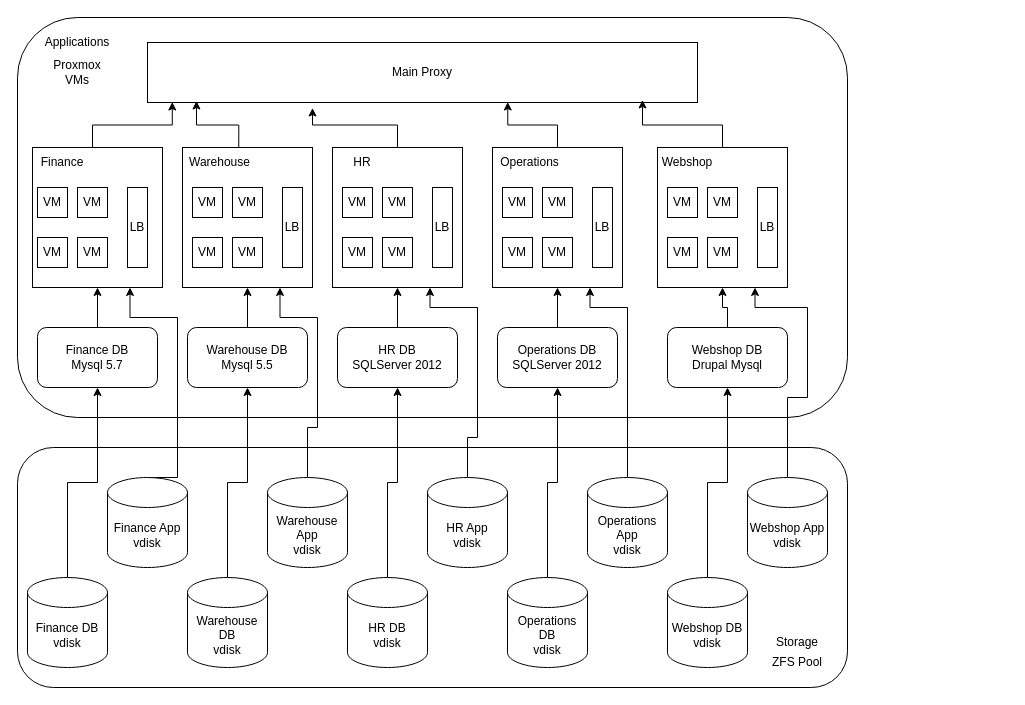
Helly2010/Cloud-Computing-Project keeps this draw.io diagram as page "Page-1" (1 of 2) of final_report/diagrams/architecture.drawio. Above is the earlier version. Source tidied: cells renumbered, new cells numbered last; positions are measured from the earlier drawing's top-left corner, leaving out a move shared by most shapes. Both pictures are drawn from the tidied source at 100%, with x=0, y=0 at pixel (17, 17).
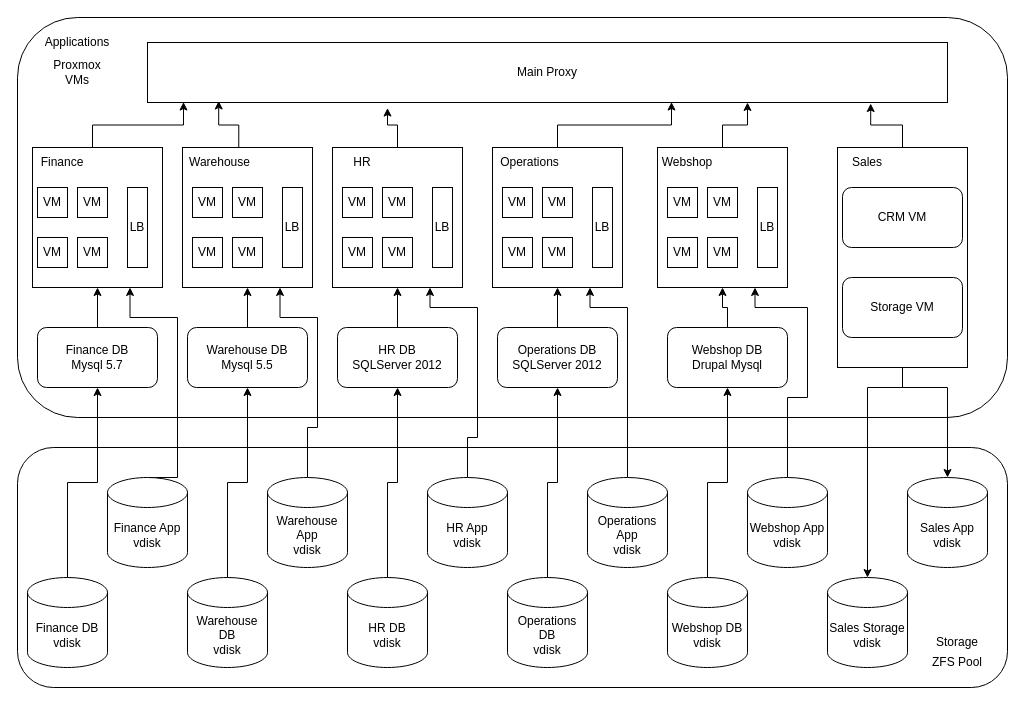
Above is the later version.

Commit message (it also covers changes not shown here):
Add final remarks and update diagram

Unchanged cells that the change refers to:
```xml
<mxCell id="42" style="rounded=0;whiteSpace=wrap;html=1;" parent="1" vertex="1">
  <mxGeometry x="640" y="130" width="130" height="140" as="geometry" />
</mxCell>
```

Diff of the diagram source:
```diff
@@
     <mxCell id="2" style="rounded=1;whiteSpace=wrap;html=1;" parent="1" vertex="1">
-      <mxGeometry y="430" width="830" height="240" as="geometry" />
+      <mxGeometry y="430" width="990" height="240" as="geometry" />
     </mxCell>
     <mxCell id="3" style="rounded=1;whiteSpace=wrap;html=1;" parent="1" vertex="1">
-      <mxGeometry width="830" height="400" as="geometry" />
+      <mxGeometry width="990" height="400" as="geometry" />
     </mxCell>
     <mxCell id="4" value="Storage" style="text;html=1;align=center;verticalAlign=middle;whiteSpace=wrap;rounded=0;" parent="1" vertex="1">
-      <mxGeometry x="750" y="610" width="60" height="30" as="geometry" />
+      <mxGeometry x="910" y="610" width="60" height="30" as="geometry" />
     </mxCell>
     <mxCell id="5" value="ZFS Pool" style="text;html=1;align=center;verticalAlign=middle;whiteSpace=wrap;rounded=0;" parent="1" vertex="1">
-      <mxGeometry x="750" y="630" width="60" height="30" as="geometry" />
+      <mxGeometry x="910" y="630" width="60" height="30" as="geometry" />
     </mxCell>
@@
     <mxCell id="43" value="Main Proxy" style="rounded=0;whiteSpace=wrap;html=1;" parent="1" vertex="1">
-      <mxGeometry x="130" y="25" width="550" height="60" as="geometry" />
+      <mxGeometry x="130" y="25" width="800" height="60" as="geometry" />
     </mxCell>
@@
-    <mxCell id="53" style="edgeStyle=orthogonalEdgeStyle;rounded=0;jettySize=auto;html=1;entryX=0.9;entryY=0.958;entryDx=0;entryDy=0;entryPerimeter=0;" parent="1" edge="1" source="42" target="43">
+    <mxCell id="53" style="edgeStyle=orthogonalEdgeStyle;rounded=0;jettySize=auto;html=1;entryX=0.75;entryY=1;entryDx=0;entryDy=0;" parent="1" edge="1" source="42" target="43">
       <mxGeometry relative="1" as="geometry" />
     </mxCell>
@@
+    <mxCell id="79" value="Sales Storage vdisk" style="shape=cylinder3;whiteSpace=wrap;html=1;boundedLbl=1;backgroundOutline=1;size=15;" parent="1" vertex="1">
+      <mxGeometry x="810" y="560" width="80" height="90" as="geometry" />
+    </mxCell>
+    <mxCell id="80" value="Sales App vdisk" style="shape=cylinder3;whiteSpace=wrap;html=1;boundedLbl=1;backgroundOutline=1;size=15;" parent="1" vertex="1">
+      <mxGeometry x="890" y="460" width="80" height="90" as="geometry" />
+    </mxCell>
+    <mxCell id="81" style="edgeStyle=orthogonalEdgeStyle;rounded=0;jettySize=auto;html=1;" parent="1" edge="1" source="83" target="79">
+      <mxGeometry relative="1" as="geometry">
+        <Array as="points">
+          <mxPoint x="885" y="370" />
+          <mxPoint x="850" y="370" />
+        </Array>
+      </mxGeometry>
+    </mxCell>
+    <mxCell id="82" style="edgeStyle=orthogonalEdgeStyle;rounded=0;jettySize=auto;html=1;exitX=0.75;exitY=1;exitDx=0;exitDy=0;" parent="1" edge="1" source="83" target="80">
+      <mxGeometry relative="1" as="geometry">
+        <Array as="points">
+          <mxPoint x="918" y="270" />
+          <mxPoint x="885" y="270" />
+          <mxPoint x="885" y="370" />
+          <mxPoint x="930" y="370" />
+        </Array>
+      </mxGeometry>
+    </mxCell>
+    <mxCell id="83" style="rounded=0;whiteSpace=wrap;html=1;" parent="1" vertex="1">
+      <mxGeometry x="820" y="130" width="130" height="220" as="geometry" />
+    </mxCell>
+    <mxCell id="84" value="Sales" style="text;html=1;align=center;verticalAlign=middle;whiteSpace=wrap;rounded=0;" parent="1" vertex="1">
+      <mxGeometry x="820" y="130" width="60" height="30" as="geometry" />
+    </mxCell>
+    <mxCell id="85" style="edgeStyle=orthogonalEdgeStyle;rounded=0;jettySize=auto;html=1;entryX=0.904;entryY=1.017;entryDx=0;entryDy=0;entryPerimeter=0;" parent="1" edge="1" source="83" target="43">
+      <mxGeometry relative="1" as="geometry" />
+    </mxCell>
+    <mxCell id="86" value="CRM VM" style="rounded=1;whiteSpace=wrap;html=1;" parent="1" vertex="1">
+      <mxGeometry x="825" y="170" width="120" height="60" as="geometry" />
+    </mxCell>
+    <mxCell id="87" value="Storage VM" style="rounded=1;whiteSpace=wrap;html=1;" parent="1" vertex="1">
+      <mxGeometry x="825" y="260" width="120" height="60" as="geometry" />
+    </mxCell>
```
